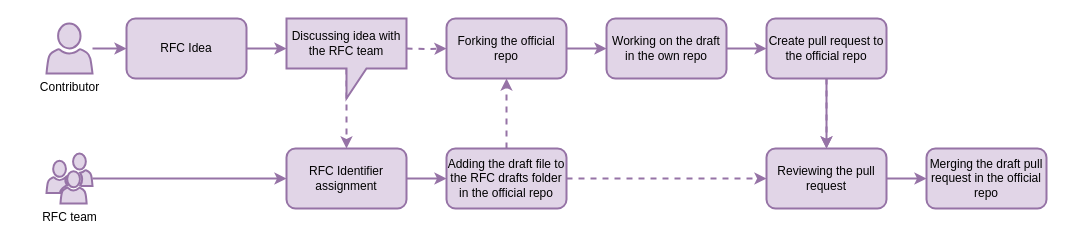
time-machine-project/requests-for-comments keeps this draw.io diagram as files/drafts/RFC-0003/images/phase_1.drawio. Above is the earlier version. Source tidied: cells renumbered, new cells numbered last; positions are measured from the earlier drawing's top-left corner, leaving out a move shared by most shapes. Both pictures are drawn from the tidied source at 100%, with x=0, y=0 at pixel (46, 18).
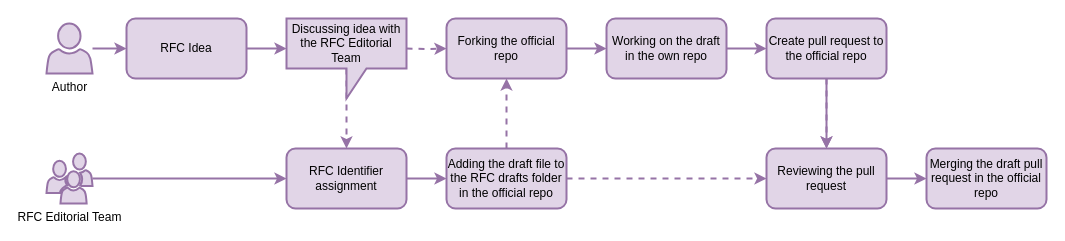
After the change.

Change to the diagram source:
```diff
@@
-    <mxCell id="5" value="Contributor" style="shadow=0;dashed=0;html=1;strokeColor=#9673a6;fillColor=#e1d5e7;labelPosition=center;verticalLabelPosition=bottom;verticalAlign=top;outlineConnect=0;align=center;shape=mxgraph.office.users.user;strokeWidth=2;" parent="1" vertex="1">
+    <mxCell id="5" value="Author" style="shadow=0;dashed=0;html=1;strokeColor=#9673a6;fillColor=#e1d5e7;labelPosition=center;verticalLabelPosition=bottom;verticalAlign=top;outlineConnect=0;align=center;shape=mxgraph.office.users.user;strokeWidth=2;" parent="1" vertex="1">
       <mxGeometry y="5" width="46" height="50" as="geometry" />
     </mxCell>
@@
-    <mxCell id="7" value="RFC team" style="shadow=0;dashed=0;html=1;strokeColor=#9673a6;fillColor=#e1d5e7;labelPosition=center;verticalLabelPosition=bottom;verticalAlign=top;outlineConnect=0;align=center;shape=mxgraph.office.users.users;strokeWidth=2;" parent="1" vertex="1">
+    <mxCell id="7" value="RFC Editorial Team" style="shadow=0;dashed=0;html=1;strokeColor=#9673a6;fillColor=#e1d5e7;labelPosition=center;verticalLabelPosition=bottom;verticalAlign=top;outlineConnect=0;align=center;shape=mxgraph.office.users.users;strokeWidth=2;" parent="1" vertex="1">
       <mxGeometry y="135" width="46" height="50" as="geometry" />
     </mxCell>
@@
-    <mxCell id="10" value="Discussing idea with the RFC team" style="shape=callout;whiteSpace=wrap;html=1;perimeter=calloutPerimeter;strokeColor=#9673a6;fillColor=#e1d5e7;strokeWidth=2;" parent="1" vertex="1">
+    <mxCell id="10" value="Discussing idea with the RFC Editorial Team" style="shape=callout;whiteSpace=wrap;html=1;perimeter=calloutPerimeter;strokeColor=#9673a6;fillColor=#e1d5e7;strokeWidth=2;" parent="1" vertex="1">
       <mxGeometry x="240" width="120" height="80" as="geometry" />
     </mxCell>
```
